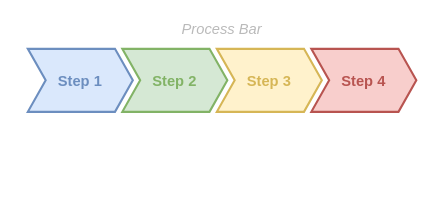
This is technical.drawio from Mingbao278/hhh, a draw.io file, before an edit. Source tidied: cells renumbered, new cells numbered last; positions are measured from the earlier drawing's top-left corner, leaving out a move shared by most shapes. Both pictures are drawn from the tidied source at 105%, with x=0, y=0 at pixel (17, 17).
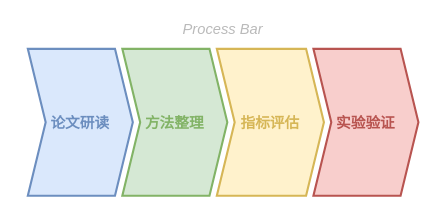
After the change.

Diff of the diagram source:
```diff
@@
 <mxGraphModel>
   <root>
     <mxCell id="0" />
     <mxCell id="1" parent="0" />
     <mxCell id="2" value="Process Bar" style="swimlane;fontStyle=2;horizontal=1;startSize=20;fillColor=none;swimlaneFillColor=none;strokeColor=none;fontFamily=Helvetica;fontSize=14;fontColor=#BABABA;verticalAlign=middle;stackBorder=10;" parent="1" vertex="1">
-      <mxGeometry width="390" height="100" as="geometry" />
+      <mxGeometry width="392" height="180" as="geometry" />
     </mxCell>
-    <mxCell id="3" value="Step 1" style="shape=step;perimeter=stepPerimeter;strokeColor=#6C8EBF;fontFamily=Helvetica;fontSize=14;fontColor=#6C8EBF;fillColor=#dae8fc;fixedSize=1;size=17;fontStyle=1;strokeWidth=2;spacingTop=0;" parent="2" vertex="1">
-      <mxGeometry x="10" y="30" width="100" height="60" as="geometry" />
+    <mxCell id="3" value="论文研读" style="shape=step;perimeter=stepPerimeter;strokeColor=#6C8EBF;fontFamily=Helvetica;fontSize=14;fontColor=#6C8EBF;fillColor=#dae8fc;fixedSize=1;size=17;fontStyle=1;strokeWidth=2;spacingTop=0;" parent="2" vertex="1">
+      <mxGeometry x="10" y="30" width="100" height="140" as="geometry" />
     </mxCell>
-    <mxCell id="4" value="Step 2" style="shape=step;perimeter=stepPerimeter;strokeColor=#82B366;fontFamily=Helvetica;fontSize=14;fontColor=#82B366;fillColor=#d5e8d4;fixedSize=1;size=17;fontStyle=1;strokeWidth=2;spacingTop=0;" parent="2" vertex="1">
-      <mxGeometry x="100" y="30" width="100" height="60" as="geometry" />
+    <mxCell id="4" value="方法整理" style="shape=step;perimeter=stepPerimeter;strokeColor=#82B366;fontFamily=Helvetica;fontSize=14;fontColor=#82B366;fillColor=#d5e8d4;fixedSize=1;size=17;fontStyle=1;strokeWidth=2;spacingTop=0;" parent="2" vertex="1">
+      <mxGeometry x="100" y="30" width="100" height="140" as="geometry" />
     </mxCell>
-    <mxCell id="5" value="Step 3" style="shape=step;perimeter=stepPerimeter;strokeColor=#D6B656;fontFamily=Helvetica;fontSize=14;fontColor=#D6B656;fillColor=#fff2cc;fixedSize=1;size=17;fontStyle=1;strokeWidth=2;spacingTop=0;" parent="2" vertex="1">
-      <mxGeometry x="190" y="30" width="100" height="60" as="geometry" />
+    <mxCell id="5" value="指标评估" style="shape=step;perimeter=stepPerimeter;strokeColor=#D6B656;fontFamily=Helvetica;fontSize=14;fontColor=#D6B656;fillColor=#fff2cc;fixedSize=1;size=17;fontStyle=1;strokeWidth=2;spacingTop=0;" parent="2" vertex="1">
+      <mxGeometry x="190" y="30" width="102" height="140" as="geometry" />
     </mxCell>
-    <mxCell id="6" value="Step 4" style="shape=step;perimeter=stepPerimeter;strokeColor=#B85450;fontFamily=Helvetica;fontSize=14;fontColor=#B85450;fillColor=#f8cecc;fixedSize=1;size=17;fontStyle=1;strokeWidth=2;spacingTop=0;" parent="2" vertex="1">
-      <mxGeometry x="280" y="30" width="100" height="60" as="geometry" />
+    <mxCell id="6" value="实验验证" style="shape=step;perimeter=stepPerimeter;strokeColor=#B85450;fontFamily=Helvetica;fontSize=14;fontColor=#B85450;fillColor=#f8cecc;fixedSize=1;size=17;fontStyle=1;strokeWidth=2;spacingTop=0;" parent="2" vertex="1">
+      <mxGeometry x="282" y="30" width="100" height="140" as="geometry" />
     </mxCell>
   </root>
 </mxGraphModel>
```
